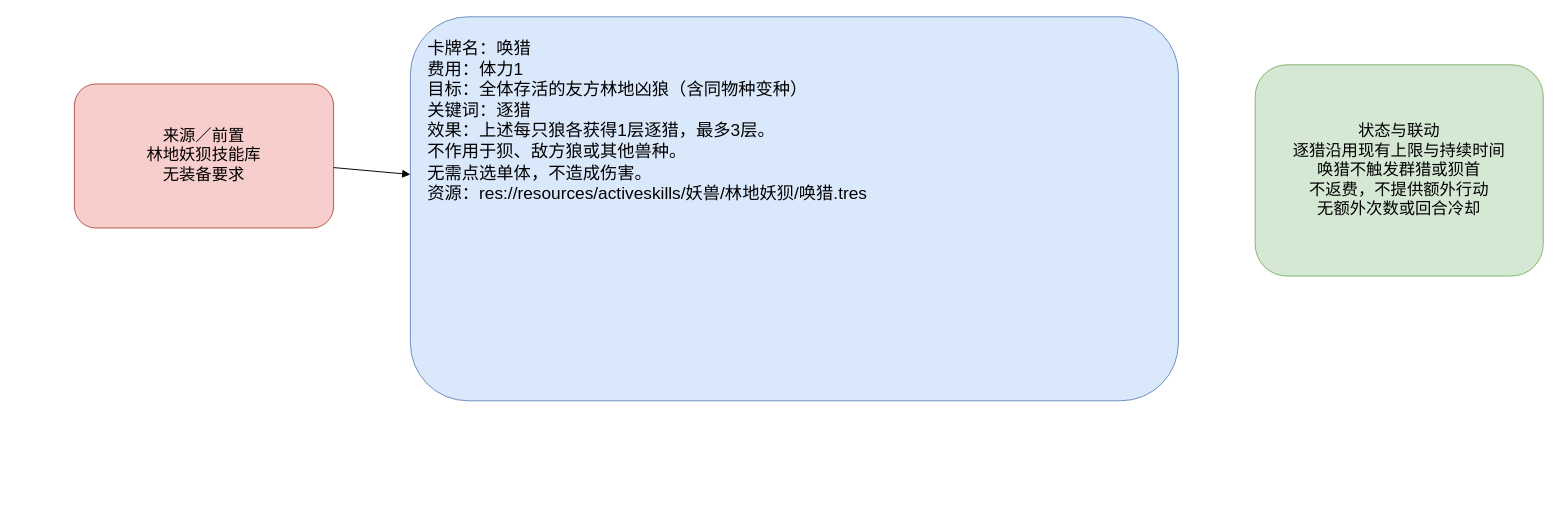
The draw.io diagram page "唤猎" (1 of 2) of docs/卡牌词典/妖兽/林地妖狈/唤猎.drawio in ankundanetracyc-spec/tian-guan-you-du, before the edit. Source tidied: cells renumbered, new cells numbered last; positions are measured from the earlier drawing's top-left corner, leaving out a move shared by most shapes. Both pictures are drawn from the tidied source at 96%, with x=0, y=0 at pixel (74, 16).
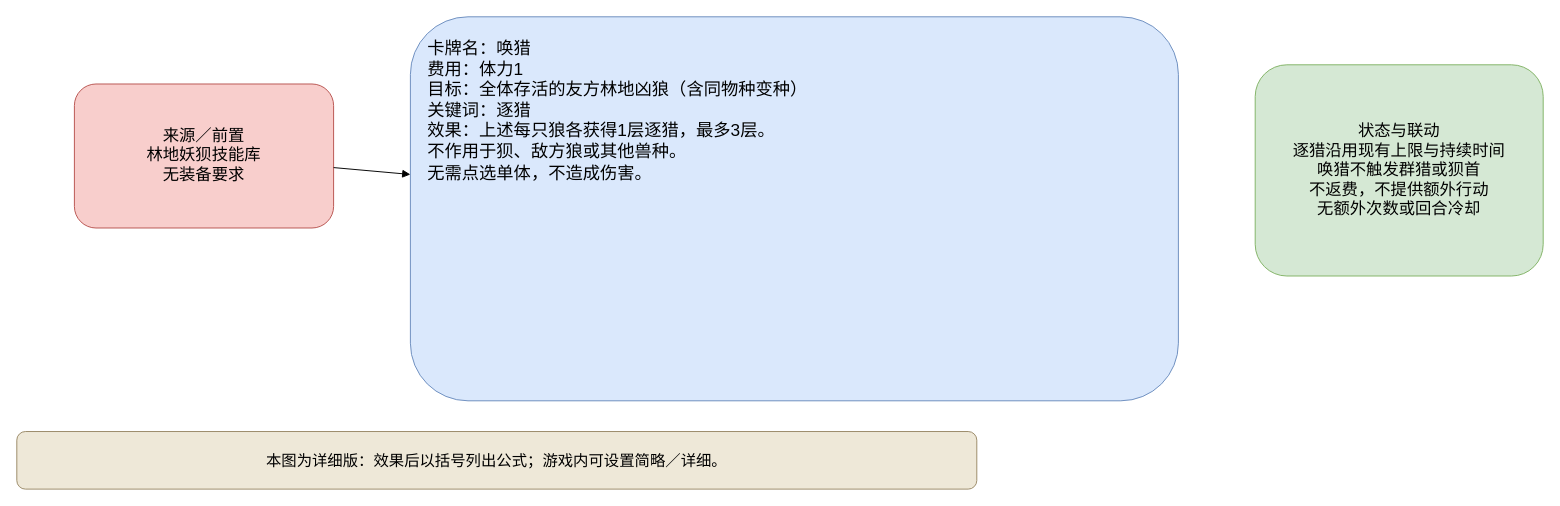
After the change.

Change to the diagram source:
```diff
@@
 <mxGraphModel>
   <root>
     <mxCell id="0" />
     <mxCell id="1" parent="0" />
-    <mxCell id="2" value="卡牌名：唤猎&lt;br&gt;费用：体力1&lt;br&gt;目标：全体存活的友方林地凶狼（含同物种变种）&lt;br&gt;关键词：逐猎&lt;br&gt;效果：上述每只狼各获得1层逐猎，最多3层。&lt;br&gt;不作用于狈、敌方狼或其他兽种。&lt;br&gt;无需点选单体，不造成伤害。&lt;br&gt;资源：res://resources/activeskills/妖兽/林地妖狈/唤猎.tres" style="rounded=1;whiteSpace=wrap;html=1;fillColor=#dae8fc;strokeColor=#6c8ebf;fontSize=18;align=left;verticalAlign=top;spacing=18;" parent="1" vertex="1">
+    <mxCell id="2" value="卡牌名：唤猎&#10;费用：体力1&#10;目标：全体存活的友方林地凶狼（含同物种变种）&#10;关键词：逐猎&#10;效果：上述每只狼各获得1层逐猎，最多3层。&#10;不作用于狈、敌方狼或其他兽种。&#10;无需点选单体，不造成伤害。" style="rounded=1;whiteSpace=wrap;html=1;fillColor=#dae8fc;strokeColor=#6c8ebf;fontSize=18;align=left;verticalAlign=top;spacing=18;" parent="1" vertex="1">
       <mxGeometry x="350" width="800" height="400" as="geometry" />
     </mxCell>
     <mxCell id="3" value="来源／前置&#10;林地妖狈技能库&#10;无装备要求" style="rounded=1;whiteSpace=wrap;html=1;fillColor=#f8cecc;strokeColor=#b85450;fontSize=17;" parent="1" vertex="1">
       <mxGeometry y="70" width="270" height="150" as="geometry" />
     </mxCell>
     <mxCell id="4" value="状态与联动&#10;逐猎沿用现有上限与持续时间&#10;唤猎不触发群猎或狈首&#10;不返费，不提供额外行动&#10;无额外次数或回合冷却" style="rounded=1;whiteSpace=wrap;html=1;fillColor=#d5e8d4;strokeColor=#82b366;fontSize=17;" parent="1" vertex="1">
       <mxGeometry x="1230" y="50" width="300" height="220" as="geometry" />
     </mxCell>
     <mxCell id="5" style="endArrow=block;" parent="1" edge="1" source="3" target="2">
       <mxGeometry relative="1" as="geometry" />
     </mxCell>
+    <mxCell id="6" value="本图为详细版：效果后以括号列出公式；游戏内可设置简略／详细。" style="rounded=1;whiteSpace=wrap;html=1;fillColor=#eee8d8;strokeColor=#9a8967;fontSize=16;" parent="1" vertex="1">
+      <mxGeometry x="-60" y="432" width="1000" height="60" as="geometry" />
+    </mxCell>
   </root>
 </mxGraphModel>
```
